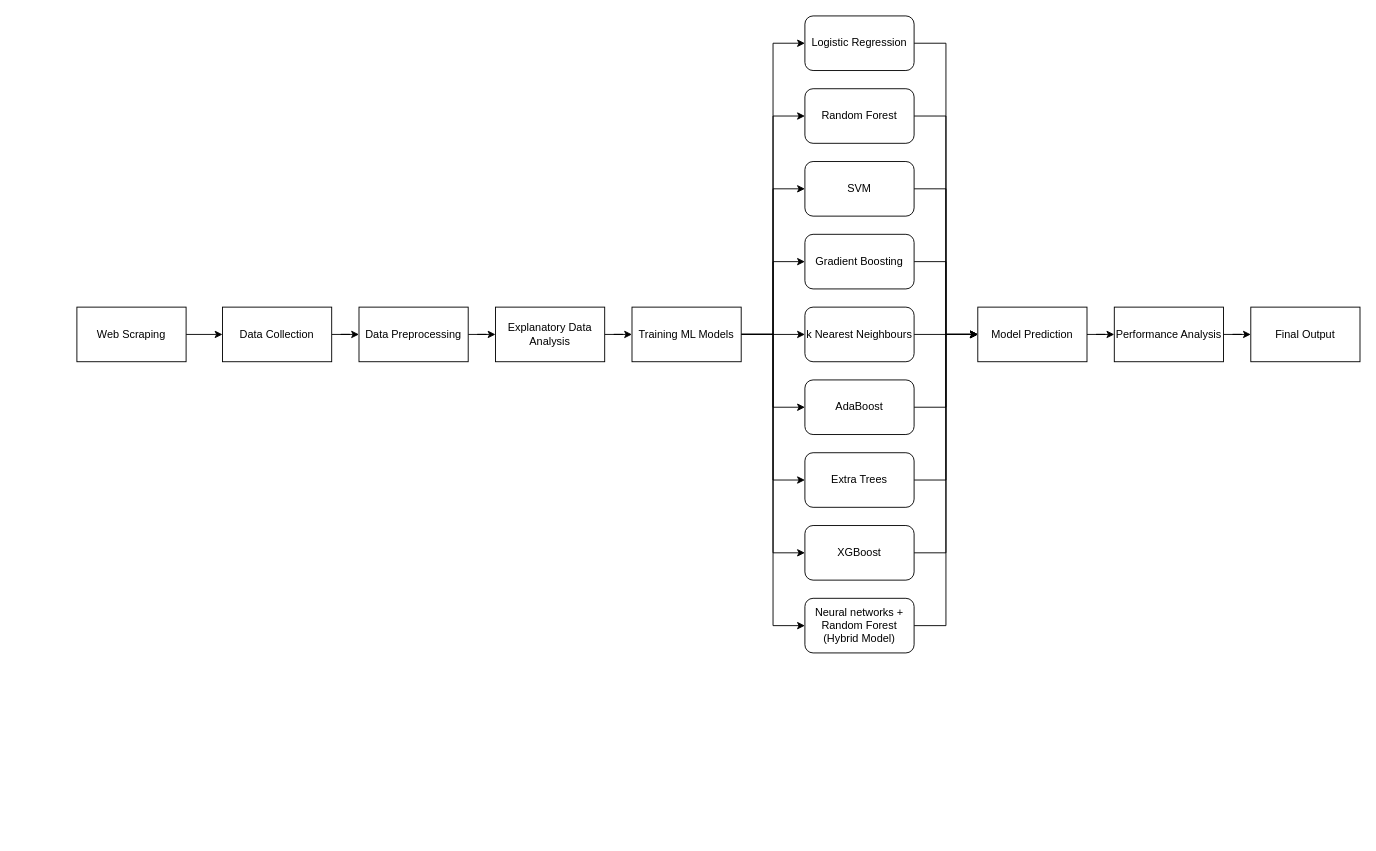
This is System architecture .drawio from illuminatryX/Website-Analysis, a draw.io file, before an edit. Source tidied: cells renumbered, new cells numbered last; positions are measured from the earlier drawing's top-left corner, leaving out a move shared by most shapes. Both pictures are drawn from the tidied source at 91%, with x=0, y=0 at pixel (76, 15).
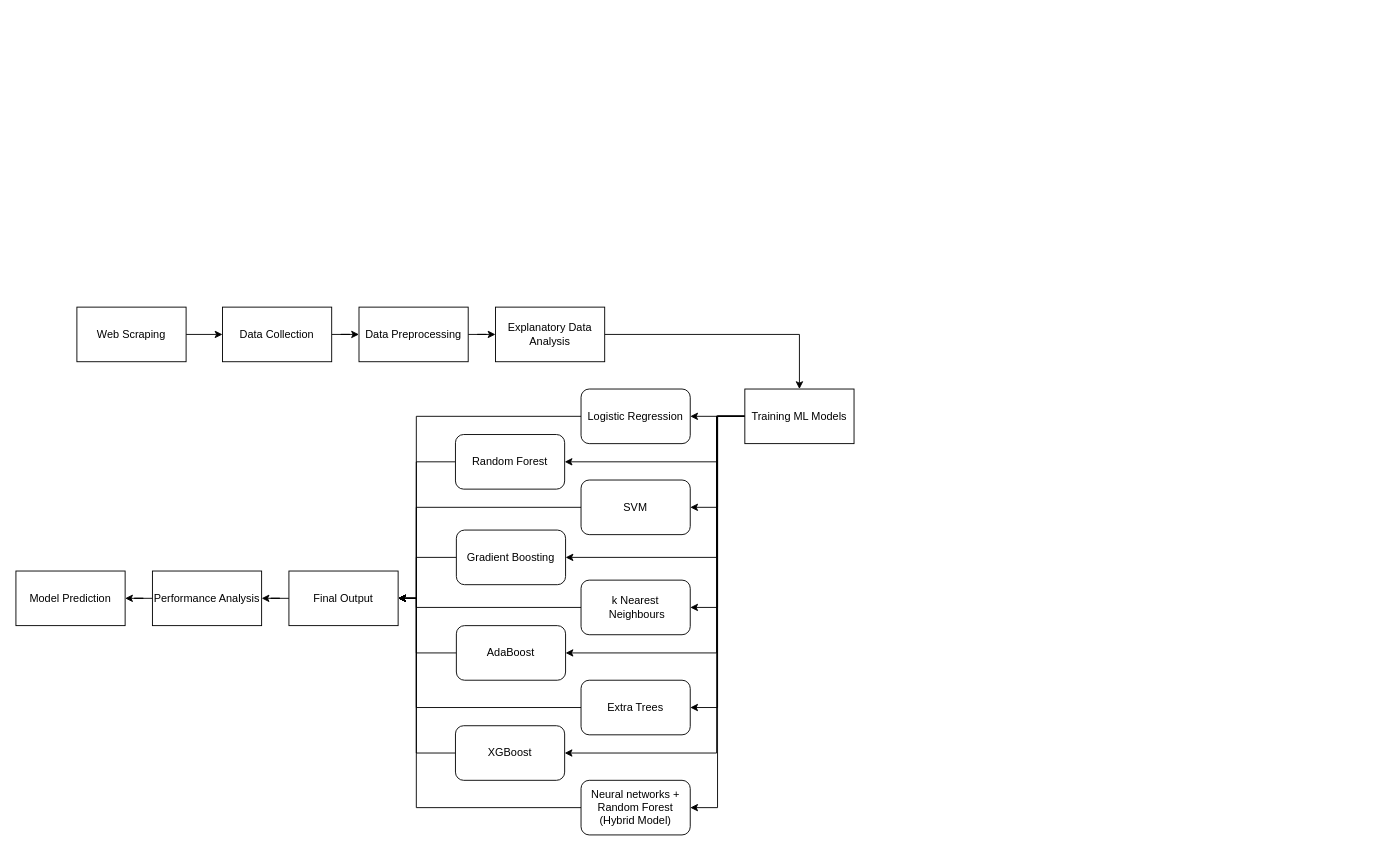
After the change.

Unchanged cells that the change refers to:
```xml
<mxCell id="9" value="Explanatory Data Analysis" style="rounded=0;whiteSpace=wrap;html=1;" parent="1" vertex="1">
  <mxGeometry x="460" y="320" width="120" height="60" as="geometry" />
</mxCell>
```

Change to the diagram source:
```diff
@@
-    <mxCell id="8" style="edgeStyle=orthogonalEdgeStyle;rounded=0;jettySize=auto;html=1;entryX=0;entryY=0.5;entryDx=0;entryDy=0;" parent="1" edge="1" source="9" target="19">
+    <mxCell id="8" style="edgeStyle=orthogonalEdgeStyle;rounded=0;jettySize=auto;html=1;entryX=0.5;entryY=0;entryDx=0;entryDy=0;" parent="1" edge="1" source="9" target="19">
       <mxGeometry relative="1" as="geometry" />
     </mxCell>
@@
-    <mxCell id="10" style="edgeStyle=orthogonalEdgeStyle;rounded=0;jettySize=auto;html=1;entryX=0;entryY=0.5;entryDx=0;entryDy=0;" parent="1" edge="1" source="19" target="21">
+    <mxCell id="10" style="edgeStyle=orthogonalEdgeStyle;rounded=0;jettySize=auto;html=1;entryX=1;entryY=0.5;entryDx=0;entryDy=0;" parent="1" edge="1" source="19" target="21">
       <mxGeometry relative="1" as="geometry" />
     </mxCell>
-    <mxCell id="11" style="edgeStyle=orthogonalEdgeStyle;rounded=0;jettySize=auto;html=1;entryX=0;entryY=0.5;entryDx=0;entryDy=0;" parent="1" edge="1" source="19" target="23">
-      <mxGeometry relative="1" as="geometry" />
+    <mxCell id="11" style="edgeStyle=orthogonalEdgeStyle;rounded=0;jettySize=auto;html=1;entryX=1;entryY=0.5;entryDx=0;entryDy=0;" parent="1" edge="1" source="19" target="23">
+      <mxGeometry relative="1" as="geometry">
+        <Array as="points">
+          <mxPoint x="703" y="440" />
+          <mxPoint x="703" y="490" />
+        </Array>
+      </mxGeometry>
     </mxCell>
-    <mxCell id="12" style="edgeStyle=orthogonalEdgeStyle;rounded=0;jettySize=auto;html=1;entryX=0;entryY=0.5;entryDx=0;entryDy=0;" parent="1" edge="1" source="19" target="25">
+    <mxCell id="12" style="edgeStyle=orthogonalEdgeStyle;rounded=0;jettySize=auto;html=1;entryX=1;entryY=0.5;entryDx=0;entryDy=0;" parent="1" edge="1" source="19" target="25">
       <mxGeometry relative="1" as="geometry" />
     </mxCell>
-    <mxCell id="13" style="edgeStyle=orthogonalEdgeStyle;rounded=0;jettySize=auto;html=1;entryX=0;entryY=0.5;entryDx=0;entryDy=0;" parent="1" edge="1" source="19" target="27">
-      <mxGeometry relative="1" as="geometry" />
+    <mxCell id="13" style="edgeStyle=orthogonalEdgeStyle;rounded=0;jettySize=auto;html=1;entryX=1;entryY=0.5;entryDx=0;entryDy=0;" parent="1" edge="1" source="19" target="27">
+      <mxGeometry relative="1" as="geometry">
+        <Array as="points">
+          <mxPoint x="703" y="440" />
+          <mxPoint x="703" y="595" />
+        </Array>
+      </mxGeometry>
     </mxCell>
-    <mxCell id="14" style="edgeStyle=orthogonalEdgeStyle;rounded=0;jettySize=auto;html=1;entryX=0;entryY=0.5;entryDx=0;entryDy=0;" parent="1" edge="1" source="19" target="29">
+    <mxCell id="14" style="edgeStyle=orthogonalEdgeStyle;rounded=0;jettySize=auto;html=1;entryX=1;entryY=0.5;entryDx=0;entryDy=0;" parent="1" edge="1" source="19" target="29">
       <mxGeometry relative="1" as="geometry" />
     </mxCell>
-    <mxCell id="15" style="edgeStyle=orthogonalEdgeStyle;rounded=0;jettySize=auto;html=1;entryX=0;entryY=0.5;entryDx=0;entryDy=0;" parent="1" edge="1" source="19" target="31">
-      <mxGeometry relative="1" as="geometry" />
+    <mxCell id="15" style="edgeStyle=orthogonalEdgeStyle;rounded=0;jettySize=auto;html=1;entryX=1;entryY=0.5;entryDx=0;entryDy=0;" parent="1" edge="1" source="19" target="31">
+      <mxGeometry relative="1" as="geometry">
+        <Array as="points">
+          <mxPoint x="703" y="440" />
+          <mxPoint x="703" y="700" />
+        </Array>
+      </mxGeometry>
     </mxCell>
-    <mxCell id="16" style="edgeStyle=orthogonalEdgeStyle;rounded=0;jettySize=auto;html=1;entryX=0;entryY=0.5;entryDx=0;entryDy=0;" parent="1" edge="1" source="19" target="33">
+    <mxCell id="16" style="edgeStyle=orthogonalEdgeStyle;rounded=0;jettySize=auto;html=1;entryX=1;entryY=0.5;entryDx=0;entryDy=0;" parent="1" edge="1" source="19" target="33">
       <mxGeometry relative="1" as="geometry" />
     </mxCell>
-    <mxCell id="17" style="edgeStyle=orthogonalEdgeStyle;rounded=0;jettySize=auto;html=1;entryX=0;entryY=0.5;entryDx=0;entryDy=0;" parent="1" edge="1" source="19" target="35">
-      <mxGeometry relative="1" as="geometry" />
+    <mxCell id="17" style="edgeStyle=orthogonalEdgeStyle;rounded=0;jettySize=auto;html=1;entryX=1;entryY=0.5;entryDx=0;entryDy=0;" parent="1" edge="1" source="19" target="35">
+      <mxGeometry relative="1" as="geometry">
+        <Array as="points">
+          <mxPoint x="703" y="440" />
+          <mxPoint x="703" y="810" />
+        </Array>
+      </mxGeometry>
     </mxCell>
-    <mxCell id="18" style="edgeStyle=orthogonalEdgeStyle;rounded=0;jettySize=auto;html=1;entryX=0;entryY=0.5;entryDx=0;entryDy=0;" parent="1" edge="1" source="19" target="37">
+    <mxCell id="18" style="edgeStyle=orthogonalEdgeStyle;rounded=0;jettySize=auto;html=1;entryX=1;entryY=0.5;entryDx=0;entryDy=0;" parent="1" edge="1" source="19" target="37">
       <mxGeometry relative="1" as="geometry" />
     </mxCell>
     <mxCell id="19" value="Training ML Models" style="rounded=0;whiteSpace=wrap;html=1;" parent="1" vertex="1">
-      <mxGeometry x="610" y="320" width="120" height="60" as="geometry" />
+      <mxGeometry x="734" y="410" width="120" height="60" as="geometry" />
     </mxCell>
-    <mxCell id="20" style="edgeStyle=orthogonalEdgeStyle;rounded=0;jettySize=auto;html=1;entryX=0;entryY=0.5;entryDx=0;entryDy=0;" parent="1" edge="1" source="21" target="39">
-      <mxGeometry relative="1" as="geometry" />
-    </mxCell>
+    <mxCell id="43" style="edgeStyle=orthogonalEdgeStyle;rounded=0;jettySize=auto;html=1;entryX=1;entryY=0.5;entryDx=0;entryDy=0;" parent="1" edge="1" source="21" target="42">
+      <mxGeometry relative="1" as="geometry">
+        <Array as="points">
+          <mxPoint x="373" y="440" />
+          <mxPoint x="373" y="640" />
+        </Array>
+      </mxGeometry>
+    </mxCell>
     <mxCell id="21" value="Logistic Regression" style="rounded=1;whiteSpace=wrap;html=1;" parent="1" vertex="1">
-      <mxGeometry x="800" width="120" height="60" as="geometry" />
+      <mxGeometry x="554" y="410" width="120" height="60" as="geometry" />
     </mxCell>
-    <mxCell id="22" style="edgeStyle=orthogonalEdgeStyle;rounded=0;jettySize=auto;html=1;entryX=0;entryY=0.5;entryDx=0;entryDy=0;" parent="1" edge="1" source="23" target="39">
-      <mxGeometry relative="1" as="geometry" />
-    </mxCell>
+    <mxCell id="44" style="edgeStyle=orthogonalEdgeStyle;rounded=0;jettySize=auto;html=1;entryX=1;entryY=0.5;entryDx=0;entryDy=0;" parent="1" edge="1" source="23" target="42">
+      <mxGeometry relative="1" as="geometry">
+        <Array as="points">
+          <mxPoint x="373" y="490" />
+          <mxPoint x="373" y="640" />
+        </Array>
+      </mxGeometry>
+    </mxCell>
     <mxCell id="23" value="Random Forest" style="rounded=1;whiteSpace=wrap;html=1;" parent="1" vertex="1">
-      <mxGeometry x="800" y="80" width="120" height="60" as="geometry" />
+      <mxGeometry x="416" y="460" width="120" height="60" as="geometry" />
     </mxCell>
-    <mxCell id="24" style="edgeStyle=orthogonalEdgeStyle;rounded=0;jettySize=auto;html=1;entryX=0;entryY=0.5;entryDx=0;entryDy=0;" parent="1" edge="1" source="25" target="39">
-      <mxGeometry relative="1" as="geometry" />
-    </mxCell>
+    <mxCell id="45" style="edgeStyle=orthogonalEdgeStyle;rounded=0;jettySize=auto;html=1;entryX=1;entryY=0.5;entryDx=0;entryDy=0;" parent="1" edge="1" source="25" target="42">
+      <mxGeometry relative="1" as="geometry">
+        <Array as="points">
+          <mxPoint x="373" y="540" />
+          <mxPoint x="373" y="640" />
+        </Array>
+      </mxGeometry>
+    </mxCell>
     <mxCell id="25" value="SVM" style="rounded=1;whiteSpace=wrap;html=1;" parent="1" vertex="1">
-      <mxGeometry x="800" y="160" width="120" height="60" as="geometry" />
+      <mxGeometry x="554" y="510" width="120" height="60" as="geometry" />
     </mxCell>
-    <mxCell id="26" style="edgeStyle=orthogonalEdgeStyle;rounded=0;jettySize=auto;html=1;entryX=0;entryY=0.5;entryDx=0;entryDy=0;" parent="1" edge="1" source="27" target="39">
-      <mxGeometry relative="1" as="geometry" />
-    </mxCell>
+    <mxCell id="46" style="edgeStyle=orthogonalEdgeStyle;rounded=0;jettySize=auto;html=1;entryX=1;entryY=0.5;entryDx=0;entryDy=0;" parent="1" edge="1" source="27" target="42">
+      <mxGeometry relative="1" as="geometry">
+        <Array as="points">
+          <mxPoint x="373" y="595" />
+          <mxPoint x="373" y="640" />
+        </Array>
+      </mxGeometry>
+    </mxCell>
     <mxCell id="27" value="Gradient Boosting" style="rounded=1;whiteSpace=wrap;html=1;" parent="1" vertex="1">
-      <mxGeometry x="800" y="240" width="120" height="60" as="geometry" />
+      <mxGeometry x="417" y="565" width="120" height="60" as="geometry" />
     </mxCell>
-    <mxCell id="28" style="edgeStyle=orthogonalEdgeStyle;rounded=0;jettySize=auto;html=1;entryX=0;entryY=0.5;entryDx=0;entryDy=0;" parent="1" edge="1" source="29" target="39">
-      <mxGeometry relative="1" as="geometry" />
-    </mxCell>
+    <mxCell id="47" style="edgeStyle=orthogonalEdgeStyle;rounded=0;jettySize=auto;html=1;" parent="1" edge="1" source="29" target="42">
+      <mxGeometry relative="1" as="geometry">
+        <Array as="points">
+          <mxPoint x="373" y="650" />
+          <mxPoint x="373" y="640" />
+        </Array>
+      </mxGeometry>
+    </mxCell>
-    <mxCell id="29" value="k Nearest Neighbours" style="rounded=1;whiteSpace=wrap;html=1;" parent="1" vertex="1">
-      <mxGeometry x="800" y="320" width="120" height="60" as="geometry" />
+    <mxCell id="29" value="k Nearest&lt;div&gt;&amp;nbsp;Neighbours&lt;/div&gt;" style="rounded=1;whiteSpace=wrap;html=1;" parent="1" vertex="1">
+      <mxGeometry x="554" y="620" width="120" height="60" as="geometry" />
     </mxCell>
-    <mxCell id="30" style="edgeStyle=orthogonalEdgeStyle;rounded=0;jettySize=auto;html=1;entryX=0;entryY=0.5;entryDx=0;entryDy=0;" parent="1" edge="1" source="31" target="39">
-      <mxGeometry relative="1" as="geometry" />
-    </mxCell>
+    <mxCell id="48" style="edgeStyle=orthogonalEdgeStyle;rounded=0;jettySize=auto;html=1;entryX=1;entryY=0.5;entryDx=0;entryDy=0;" parent="1" edge="1" source="31" target="42">
+      <mxGeometry relative="1" as="geometry">
+        <Array as="points">
+          <mxPoint x="373" y="700" />
+          <mxPoint x="373" y="640" />
+        </Array>
+      </mxGeometry>
+    </mxCell>
     <mxCell id="31" value="AdaBoost" style="rounded=1;whiteSpace=wrap;html=1;" parent="1" vertex="1">
-      <mxGeometry x="800" y="400" width="120" height="60" as="geometry" />
+      <mxGeometry x="417" y="670" width="120" height="60" as="geometry" />
     </mxCell>
-    <mxCell id="32" style="edgeStyle=orthogonalEdgeStyle;rounded=0;jettySize=auto;html=1;entryX=0;entryY=0.5;entryDx=0;entryDy=0;" parent="1" edge="1" source="33" target="39">
-      <mxGeometry relative="1" as="geometry" />
-    </mxCell>
+    <mxCell id="49" style="edgeStyle=orthogonalEdgeStyle;rounded=0;jettySize=auto;html=1;entryX=1;entryY=0.5;entryDx=0;entryDy=0;" parent="1" edge="1" source="33" target="42">
+      <mxGeometry relative="1" as="geometry">
+        <Array as="points">
+          <mxPoint x="373" y="760" />
+          <mxPoint x="373" y="640" />
+        </Array>
+      </mxGeometry>
+    </mxCell>
     <mxCell id="33" value="Extra Trees" style="rounded=1;whiteSpace=wrap;html=1;" parent="1" vertex="1">
-      <mxGeometry x="800" y="480" width="120" height="60" as="geometry" />
+      <mxGeometry x="554" y="730" width="120" height="60" as="geometry" />
     </mxCell>
-    <mxCell id="34" style="edgeStyle=orthogonalEdgeStyle;rounded=0;jettySize=auto;html=1;entryX=0;entryY=0.5;entryDx=0;entryDy=0;" parent="1" edge="1" source="35" target="39">
-      <mxGeometry relative="1" as="geometry" />
-    </mxCell>
+    <mxCell id="50" style="edgeStyle=orthogonalEdgeStyle;rounded=0;jettySize=auto;html=1;entryX=1;entryY=0.5;entryDx=0;entryDy=0;" parent="1" edge="1" source="35" target="42">
+      <mxGeometry relative="1" as="geometry">
+        <Array as="points">
+          <mxPoint x="373" y="810" />
+          <mxPoint x="373" y="640" />
+        </Array>
+      </mxGeometry>
+    </mxCell>
     <mxCell id="35" value="XGBoost" style="rounded=1;whiteSpace=wrap;html=1;" parent="1" vertex="1">
-      <mxGeometry x="800" y="560" width="120" height="60" as="geometry" />
+      <mxGeometry x="416" y="780" width="120" height="60" as="geometry" />
     </mxCell>
-    <mxCell id="36" style="edgeStyle=orthogonalEdgeStyle;rounded=0;jettySize=auto;html=1;entryX=0;entryY=0.5;entryDx=0;entryDy=0;" parent="1" edge="1" source="37" target="39">
-      <mxGeometry relative="1" as="geometry" />
-    </mxCell>
+    <mxCell id="51" style="edgeStyle=orthogonalEdgeStyle;rounded=0;jettySize=auto;html=1;entryX=1;entryY=0.5;entryDx=0;entryDy=0;" parent="1" edge="1" source="37" target="42">
+      <mxGeometry relative="1" as="geometry">
+        <Array as="points">
+          <mxPoint x="373" y="870" />
+          <mxPoint x="373" y="640" />
+        </Array>
+      </mxGeometry>
+    </mxCell>
     <mxCell id="37" value="Neural networks + Random Forest (Hybrid Model)" style="rounded=1;whiteSpace=wrap;html=1;" parent="1" vertex="1">
-      <mxGeometry x="800" y="640" width="120" height="60" as="geometry" />
+      <mxGeometry x="554" y="840" width="120" height="60" as="geometry" />
     </mxCell>
-    <mxCell id="38" style="edgeStyle=orthogonalEdgeStyle;rounded=0;jettySize=auto;html=1;entryX=0;entryY=0.5;entryDx=0;entryDy=0;" parent="1" edge="1" source="39" target="41">
-      <mxGeometry relative="1" as="geometry" />
-    </mxCell>
     <mxCell id="39" value="Model Prediction" style="rounded=0;whiteSpace=wrap;html=1;" parent="1" vertex="1">
-      <mxGeometry x="990" y="320" width="120" height="60" as="geometry" />
+      <mxGeometry x="-67" y="610" width="120" height="60" as="geometry" />
     </mxCell>
-    <mxCell id="40" style="edgeStyle=orthogonalEdgeStyle;rounded=0;jettySize=auto;html=1;entryX=0;entryY=0.5;entryDx=0;entryDy=0;" parent="1" edge="1" source="41" target="42">
-      <mxGeometry relative="1" as="geometry" />
-    </mxCell>
+    <mxCell id="52" style="edgeStyle=orthogonalEdgeStyle;rounded=0;jettySize=auto;html=1;" parent="1" edge="1" source="41" target="39">
+      <mxGeometry relative="1" as="geometry" />
+    </mxCell>
     <mxCell id="41" value="Performance Analysis" style="rounded=0;whiteSpace=wrap;html=1;" parent="1" vertex="1">
-      <mxGeometry x="1140" y="320" width="120" height="60" as="geometry" />
+      <mxGeometry x="83" y="610" width="120" height="60" as="geometry" />
     </mxCell>
+    <mxCell id="53" style="edgeStyle=orthogonalEdgeStyle;rounded=0;jettySize=auto;html=1;" parent="1" edge="1" source="42" target="41">
+      <mxGeometry relative="1" as="geometry" />
+    </mxCell>
     <mxCell id="42" value="Final Output" style="rounded=0;whiteSpace=wrap;html=1;" parent="1" vertex="1">
-      <mxGeometry x="1290" y="320" width="120" height="60" as="geometry" />
+      <mxGeometry x="233" y="610" width="120" height="60" as="geometry" />
     </mxCell>
```
